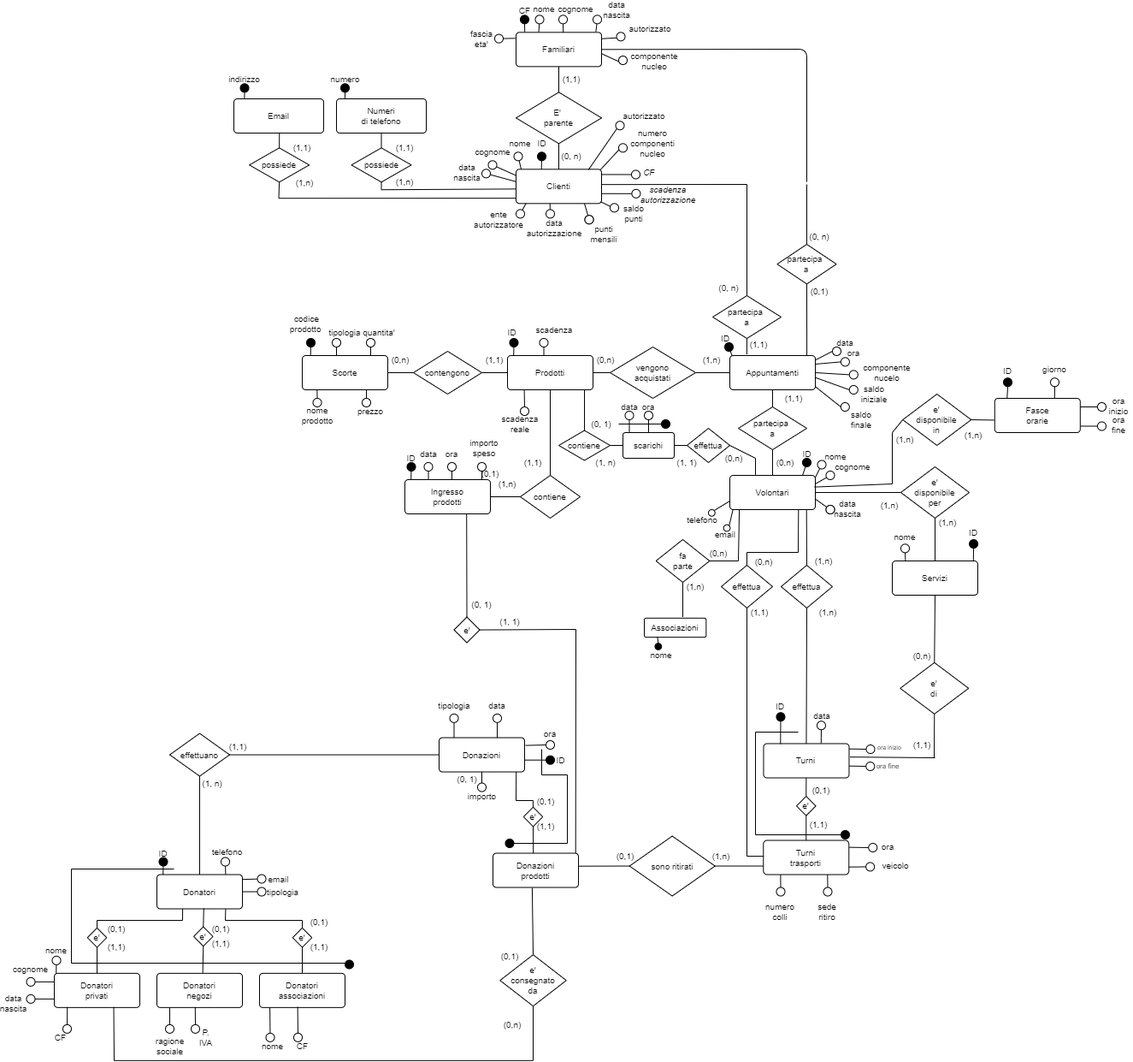
Earlier version of the draw.io export parte_1/deliverable/media/social_market_v2_ristrutturato.drawio.png (ChristianParodi/progetto-BDD). Source tidied: cells renumbered, new cells last; positions are measured from the earlier drawing's top-left corner, leaving out a move shared by most shapes.
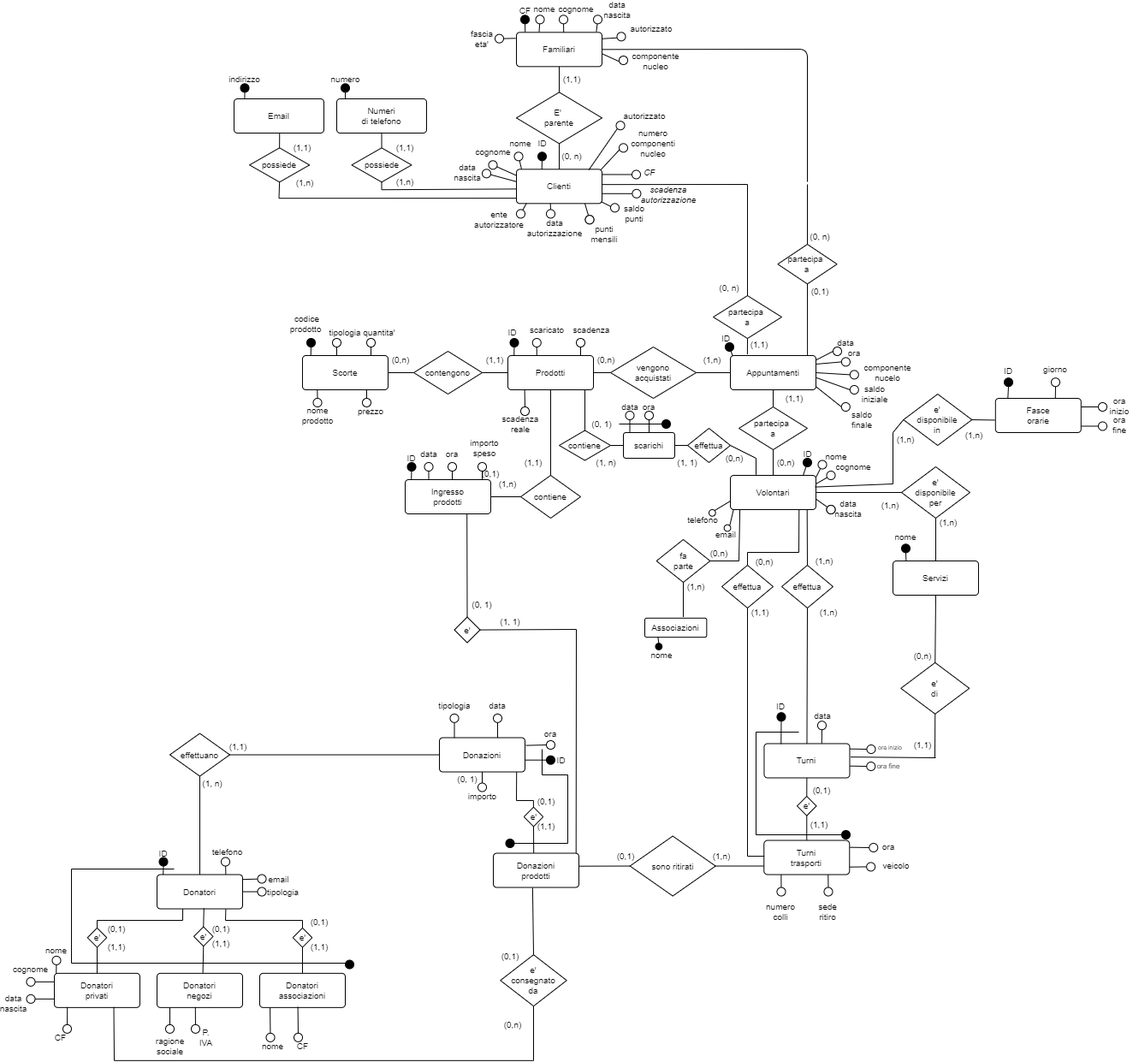
Above is the later version.

What changed in the source:
```diff
@@ -533,7 +533,7 @@
       <mxGeometry x="415" y="470" width="30" height="10" as="geometry" />
     </mxCell>
     <mxCell id="170" value="scadenza" style="text;html=1;strokeColor=none;fillColor=none;align=center;verticalAlign=middle;whiteSpace=wrap;rounded=0;fontSize=10;" parent="1" vertex="1">
-      <mxGeometry x="630" y="375" width="30" height="10" as="geometry" />
+      <mxGeometry x="672.5" y="375" width="30" height="10" as="geometry" />
     </mxCell>
     <mxCell id="171" style="endArrow=none;html=1;rounded=0;exitX=0.196;exitY=0.997;exitDx=0;exitDy=0;entryX=0.5;entryY=0;entryDx=0;entryDy=0;exitPerimeter=0;fontSize=10;" parent="1" edge="1" source="13" target="172">
       <mxGeometry relative="1" as="geometry" />
@@ -723,17 +723,6 @@
     <mxCell id="227" value="ID" style="text;html=1;strokeColor=none;fillColor=none;align=center;verticalAlign=middle;whiteSpace=wrap;rounded=0;fontSize=10;" parent="1" vertex="1">
       <mxGeometry x="640" y="877.7" width="25" height="10" as="geometry" />
     </mxCell>
-    <mxCell id="228" style="endArrow=none;html=1;rounded=0;exitX=0.046;exitY=-0.014;exitDx=0;exitDy=0;exitPerimeter=0;entryX=0.5;entryY=1;entryDx=0;entryDy=0;fontSize=10;" parent="1" edge="1" target="230">
-      <mxGeometry relative="1" as="geometry">
-        <mxPoint x="1134.8" y="649.5" as="sourcePoint" />
-      </mxGeometry>
-    </mxCell>
-    <mxCell id="229" value="ID" style="text;html=1;strokeColor=none;fillColor=none;align=center;verticalAlign=middle;whiteSpace=wrap;rounded=0;fontSize=10;" parent="1" vertex="1">
-      <mxGeometry x="1120.1" y="610.5" width="30" height="12.3" as="geometry" />
-    </mxCell>
-    <mxCell id="230" style="ellipse;whiteSpace=wrap;html=1;fillColor=#000000;fontSize=10;" parent="1" vertex="1">
-      <mxGeometry x="1130.1" y="625.1" width="10" height="10" as="geometry" />
-    </mxCell>
     <mxCell id="231" value="nome" style="text;html=1;strokeColor=none;fillColor=none;align=center;verticalAlign=middle;whiteSpace=wrap;rounded=0;fontSize=10;" parent="1" vertex="1">
       <mxGeometry x="1040" y="615.8" width="30" height="12.3" as="geometry" />
     </mxCell>
@@ -748,7 +737,7 @@
     <mxCell id="234" style="ellipse;whiteSpace=wrap;html=1;fontSize=10;" parent="1" vertex="1">
       <mxGeometry x="1009.2" y="1002.4" width="10" height="10" as="geometry" />
     </mxCell>
-    <mxCell id="235" style="ellipse;whiteSpace=wrap;html=1;fontSize=10;" parent="1" vertex="1">
+    <mxCell id="235" style="ellipse;whiteSpace=wrap;html=1;fontSize=10;fillColor=#000000;" parent="1" vertex="1">
       <mxGeometry x="1050" y="630.4" width="10" height="10" as="geometry" />
     </mxCell>
     <mxCell id="236" style="endArrow=none;html=1;rounded=0;exitX=0.876;exitY=-0.009;exitDx=0;exitDy=0;exitPerimeter=0;entryX=0.5;entryY=1;entryDx=0;entryDy=0;fontSize=10;" parent="1" edge="1" target="235">
@@ -924,11 +913,11 @@
     </mxCell>
     <mxCell id="284" style="endArrow=none;html=1;rounded=0;exitX=0.25;exitY=0;exitDx=0;exitDy=0;fontSize=10;" parent="1" edge="1" target="285">
       <mxGeometry relative="1" as="geometry">
-        <mxPoint x="632.5" y="410" as="sourcePoint" />
+        <mxPoint x="675" y="410" as="sourcePoint" />
       </mxGeometry>
     </mxCell>
     <mxCell id="285" style="ellipse;whiteSpace=wrap;html=1;fontSize=10;" parent="1" vertex="1">
-      <mxGeometry x="627.5" y="390" width="10" height="10" as="geometry" />
+      <mxGeometry x="670" y="390" width="10" height="10" as="geometry" />
     </mxCell>
     <mxCell id="286" style="endArrow=none;html=1;rounded=0;exitX=0.25;exitY=0;exitDx=0;exitDy=0;fontSize=10;" parent="1" edge="1" target="287">
       <mxGeometry relative="1" as="geometry">
@@ -1483,5 +1472,16 @@
         <mxPoint x="1259.8" y="492.5" as="sourcePoint" />
       </mxGeometry>
     </mxCell>
+    <mxCell id="432" value="scaricato" style="text;html=1;strokeColor=none;fillColor=none;align=center;verticalAlign=middle;whiteSpace=wrap;rounded=0;fontSize=10;" parent="1" vertex="1">
+      <mxGeometry x="621.2" y="375" width="30" height="10" as="geometry" />
+    </mxCell>
+    <mxCell id="433" style="endArrow=none;html=1;rounded=0;exitX=0.25;exitY=0;exitDx=0;exitDy=0;fontSize=10;" parent="1" edge="1" target="434">
+      <mxGeometry relative="1" as="geometry">
+        <mxPoint x="623.8" y="410" as="sourcePoint" />
+      </mxGeometry>
+    </mxCell>
+    <mxCell id="434" style="ellipse;whiteSpace=wrap;html=1;fontSize=10;" parent="1" vertex="1">
+      <mxGeometry x="618.8" y="390" width="10" height="10" as="geometry" />
+    </mxCell>
   </root>
 </mxGraphModel>
```
